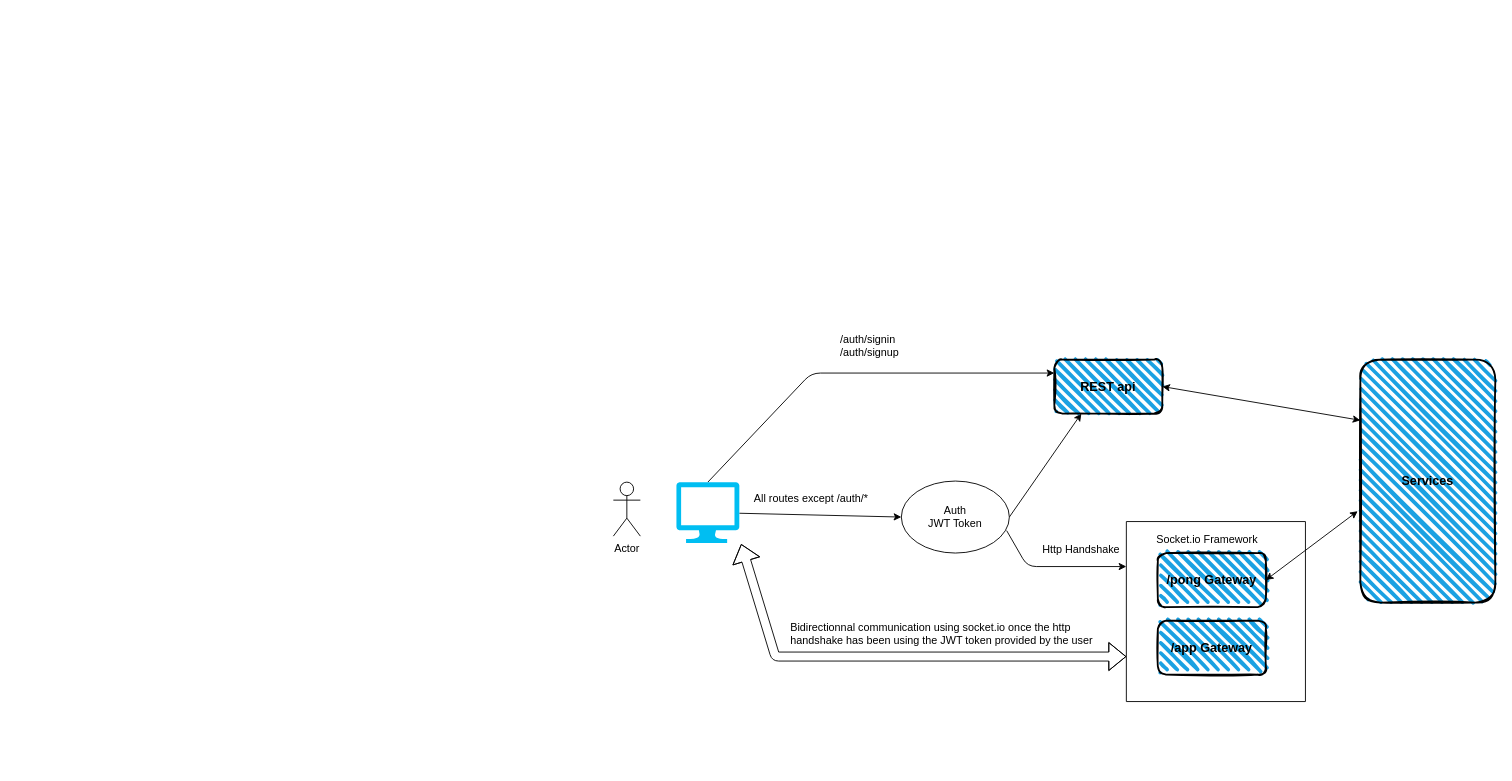
Earlier version of the draw.io diagram page "architecture" (2 of 3) of reference/db-schema-v2.drawio (Working-From-Home/ft_transcendence). Source tidied: cells renumbered, new cells numbered last; positions are measured from the earlier drawing's top-left corner, leaving out a move shared by most shapes. Both pictures are drawn from the tidied source at 90%, with x=0, y=0 at pixel (613, 323).
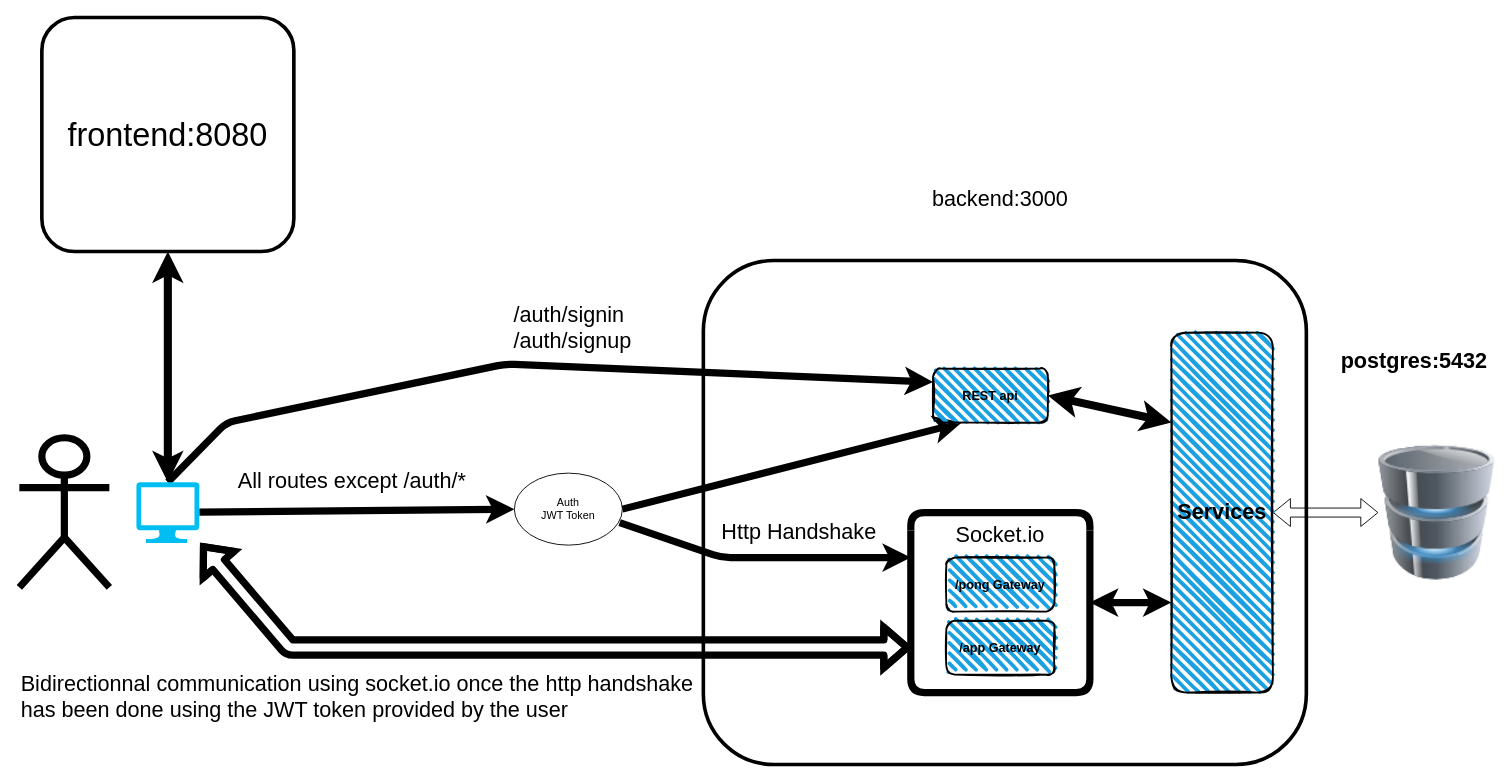
The same diagram, later.

Diff of the diagram source:
```diff
@@
-    <mxCell id="2" style="edgeStyle=none;html=1;exitX=1;exitY=0.5;exitDx=0;exitDy=0;entryX=0.25;entryY=1;entryDx=0;entryDy=0;" parent="1" edge="1" source="3" target="8">
+    <mxCell id="2" style="edgeStyle=none;html=1;exitX=1;exitY=0.5;exitDx=0;exitDy=0;entryX=0.25;entryY=1;entryDx=0;entryDy=0;strokeWidth=8;" parent="1" edge="1" source="3" target="8">
       <mxGeometry relative="1" as="geometry" />
     </mxCell>
     <mxCell id="3" value="Auth&lt;br&gt;JWT Token" style="ellipse;whiteSpace=wrap;html=1;" parent="1" vertex="1">
-      <mxGeometry x="320" y="175" width="120" height="80" as="geometry" />
+      <mxGeometry x="-110" y="166.2" width="120" height="80" as="geometry" />
     </mxCell>
-    <mxCell id="4" value="Actor" style="shape=umlActor;verticalLabelPosition=bottom;verticalAlign=top;html=1;" parent="1" vertex="1">
-      <mxGeometry y="176.2" width="30" height="60" as="geometry" />
+    <mxCell id="4" style="shape=umlActor;verticalLabelPosition=bottom;verticalAlign=top;html=1;strokeWidth=8;" parent="1" vertex="1">
+      <mxGeometry x="-660" y="126.9" width="100" height="166.2" as="geometry" />
     </mxCell>
-    <mxCell id="5" style="edgeStyle=none;html=1;entryX=0;entryY=0.5;entryDx=0;entryDy=0;" parent="1" edge="1" source="7" target="3">
+    <mxCell id="5" style="edgeStyle=none;html=1;entryX=0;entryY=0.5;entryDx=0;entryDy=0;strokeWidth=8;" parent="1" edge="1" source="7" target="3">
       <mxGeometry relative="1" as="geometry" />
     </mxCell>
-    <mxCell id="6" style="edgeStyle=none;html=1;exitX=0.5;exitY=0;exitDx=0;exitDy=0;exitPerimeter=0;entryX=0;entryY=0.25;entryDx=0;entryDy=0;" parent="1" edge="1" source="7" target="8">
+    <mxCell id="6" style="edgeStyle=none;html=1;exitX=0.5;exitY=0;exitDx=0;exitDy=0;exitPerimeter=0;entryX=0;entryY=0.25;entryDx=0;entryDy=0;strokeWidth=8;" parent="1" edge="1" source="7" target="8">
       <mxGeometry relative="1" as="geometry">
         <Array as="points">
-          <mxPoint x="220" y="55" />
+          <mxPoint x="-430" y="110" />
+          <mxPoint x="-120" y="45" />
         </Array>
       </mxGeometry>
     </mxCell>
     <mxCell id="7" style="verticalLabelPosition=bottom;html=1;verticalAlign=top;align=center;strokeColor=none;fillColor=#00BEF2;shape=mxgraph.azure.computer;" parent="1" vertex="1">
-      <mxGeometry x="70" y="176.2" width="70" height="67.5" as="geometry" />
+      <mxGeometry x="-530" y="176.2" width="70" height="67.5" as="geometry" />
     </mxCell>
+    <mxCell id="9" value="&lt;div style=&quot;text-align: left&quot;&gt;&lt;span&gt;&lt;font style=&quot;font-size: 24px&quot;&gt;/auth/signin&lt;/font&gt;&lt;/span&gt;&lt;/div&gt;&lt;div style=&quot;text-align: left&quot;&gt;&lt;span&gt;&lt;font style=&quot;font-size: 24px&quot;&gt;/auth/signup&lt;/font&gt;&lt;/span&gt;&lt;/div&gt;" style="text;html=1;strokeColor=none;fillColor=none;align=center;verticalAlign=middle;whiteSpace=wrap;rounded=0;" parent="1" vertex="1">
+      <mxGeometry x="-130" y="-30" width="170" height="70" as="geometry" />
+    </mxCell>
+    <mxCell id="16" value="&lt;div style=&quot;text-align: left&quot;&gt;&lt;font style=&quot;font-size: 24px&quot;&gt;All routes except /auth/*&lt;/font&gt;&lt;/div&gt;" style="text;html=1;strokeColor=none;fillColor=none;align=center;verticalAlign=middle;whiteSpace=wrap;rounded=0;" parent="1" vertex="1">
+      <mxGeometry x="-440" y="150" width="300" height="50" as="geometry" />
+    </mxCell>
+    <mxCell id="17" style="shape=flexArrow;endArrow=classic;startArrow=classic;html=1;exitX=1.029;exitY=1.019;exitDx=0;exitDy=0;exitPerimeter=0;entryX=0;entryY=0.75;entryDx=0;entryDy=0;strokeWidth=8;" parent="1" edge="1" source="7" target="11">
+      <mxGeometry relative="1" as="geometry">
+        <Array as="points">
+          <mxPoint x="-360" y="360" />
+        </Array>
+      </mxGeometry>
+    </mxCell>
+    <mxCell id="18" value="&lt;div&gt;&lt;font style=&quot;font-size: 24px&quot;&gt;Bidirectionnal communication using socket.io&amp;nbsp;once the http handshake has been done using the JWT token provided by the user&amp;nbsp;&lt;/font&gt;&lt;/div&gt;" style="text;html=1;strokeColor=none;fillColor=none;align=left;verticalAlign=middle;whiteSpace=wrap;rounded=0;" parent="1" vertex="1">
+      <mxGeometry x="-660" y="370" width="770" height="90" as="geometry" />
+    </mxCell>
+    <mxCell id="19" style="endArrow=classic;html=1;exitX=0.975;exitY=0.688;exitDx=0;exitDy=0;exitPerimeter=0;entryX=0;entryY=0.25;entryDx=0;entryDy=0;strokeWidth=8;" parent="1" edge="1" source="3" target="11">
+      <mxGeometry relative="1" as="geometry">
+        <Array as="points">
+          <mxPoint x="120" y="260" />
+        </Array>
+      </mxGeometry>
+    </mxCell>
+    <mxCell id="22" style="image;html=1;image=img/lib/clip_art/computers/Database_128x128.png;" parent="1" vertex="1">
+      <mxGeometry x="850" y="135" width="130" height="150" as="geometry" />
+    </mxCell>
+    <mxCell id="23" value="&lt;div style=&quot;text-align: left&quot;&gt;&lt;font style=&quot;font-size: 24px&quot;&gt;&lt;b&gt;postgres:5432&lt;/b&gt;&lt;/font&gt;&lt;/div&gt;" style="text;html=1;strokeColor=none;fillColor=none;align=center;verticalAlign=middle;whiteSpace=wrap;rounded=0;" parent="1" vertex="1">
+      <mxGeometry x="820" y="20" width="140" height="43.8" as="geometry" />
+    </mxCell>
+    <mxCell id="24" style="shape=flexArrow;endArrow=classic;startArrow=classic;html=1;exitX=1;exitY=0.5;exitDx=0;exitDy=0;entryX=0;entryY=0.5;entryDx=0;entryDy=0;" parent="1" edge="1" source="10" target="22">
+      <mxGeometry relative="1" as="geometry" />
+    </mxCell>
+    <mxCell id="25" value="&lt;div style=&quot;text-align: left&quot;&gt;&lt;font style=&quot;font-size: 24px&quot;&gt;backend:3000&lt;/font&gt;&lt;/div&gt;" style="text;html=1;strokeColor=none;fillColor=none;align=center;verticalAlign=middle;whiteSpace=wrap;rounded=0;" parent="1" vertex="1">
+      <mxGeometry x="360" y="-160" width="140" height="43.8" as="geometry" />
+    </mxCell>
+    <mxCell id="26" style="rounded=1;whiteSpace=wrap;html=1;arcSize=14;absoluteArcSize=0;strokeWidth=4;fillColor=none;" parent="1" vertex="1">
+      <mxGeometry x="100" y="-70" width="670" height="560" as="geometry" />
+    </mxCell>
+    <mxCell id="20" value="&lt;div style=&quot;text-align: left&quot;&gt;&lt;font style=&quot;font-size: 24px&quot;&gt;Http Handshake&lt;/font&gt;&lt;/div&gt;" style="text;html=1;strokeColor=none;fillColor=none;align=center;verticalAlign=middle;whiteSpace=wrap;rounded=0;" parent="26" vertex="1">
+      <mxGeometry x="10.6" y="280" width="191.4" height="43.8" as="geometry" />
+    </mxCell>
+    <mxCell id="10" value="&lt;font style=&quot;font-size: 24px&quot;&gt;&lt;b&gt;Services&lt;/b&gt;&lt;/font&gt;" style="rounded=1;whiteSpace=wrap;html=1;strokeWidth=2;fillWeight=4;hachureGap=8;hachureAngle=45;fillColor=#1ba1e2;sketch=1;" parent="26" vertex="1">
+      <mxGeometry x="520" y="80" width="112.8" height="400" as="geometry" />
+    </mxCell>
-    <mxCell id="8" value="&lt;font style=&quot;font-size: 14px&quot;&gt;&lt;b&gt;REST api&lt;/b&gt;&lt;/font&gt;" style="rounded=1;whiteSpace=wrap;html=1;strokeWidth=2;fillWeight=4;hachureGap=8;hachureAngle=45;fillColor=#1ba1e2;sketch=1;" parent="1" vertex="1">
-      <mxGeometry x="490" y="40" width="120" height="60" as="geometry" />
+    <mxCell id="8" value="&lt;font style=&quot;font-size: 14px&quot;&gt;&lt;b&gt;REST api&lt;/b&gt;&lt;/font&gt;" style="rounded=1;whiteSpace=wrap;html=1;strokeWidth=2;fillWeight=4;hachureGap=8;hachureAngle=45;fillColor=#1ba1e2;sketch=1;" parent="26" vertex="1">
+      <mxGeometry x="255.2" y="120" width="127.6" height="60" as="geometry" />
     </mxCell>
-    <mxCell id="9" value="&lt;div style=&quot;text-align: left&quot;&gt;&lt;span&gt;/auth/signin&lt;/span&gt;&lt;/div&gt;&lt;div style=&quot;text-align: left&quot;&gt;&lt;span&gt;/auth/signup&lt;/span&gt;&lt;/div&gt;" style="text;html=1;strokeColor=none;fillColor=none;align=center;verticalAlign=middle;whiteSpace=wrap;rounded=0;" parent="1" vertex="1">
-      <mxGeometry x="230" width="110" height="50" as="geometry" />
-    </mxCell>
-    <mxCell id="10" value="&lt;font style=&quot;font-size: 14px&quot;&gt;&lt;b&gt;Services&lt;/b&gt;&lt;/font&gt;" style="rounded=1;whiteSpace=wrap;html=1;strokeWidth=2;fillWeight=4;hachureGap=8;hachureAngle=45;fillColor=#1ba1e2;sketch=1;" parent="1" vertex="1">
-      <mxGeometry x="830" y="40" width="150" height="270" as="geometry" />
-    </mxCell>
+    <mxCell id="21" style="endArrow=classic;startArrow=classic;html=1;exitX=1;exitY=0.5;exitDx=0;exitDy=0;entryX=0;entryY=0.25;entryDx=0;entryDy=0;strokeWidth=9;" parent="26" edge="1" source="8" target="10">
+      <mxGeometry relative="1" as="geometry" />
+    </mxCell>
-    <mxCell id="11" style="swimlane;startSize=0;" parent="1" vertex="1">
-      <mxGeometry x="570" y="220" width="199" height="200" as="geometry" />
+    <mxCell id="11" style="swimlane;startSize=20;strokeWidth=8;rounded=1;arcSize=25;swimlaneLine=0;fillColor=none;" parent="1" vertex="1">
+      <mxGeometry x="330.5" y="210" width="199" height="200" as="geometry" />
     </mxCell>
     <mxCell id="12" value="&lt;font style=&quot;font-size: 14px&quot;&gt;&lt;b&gt;/app Gateway&lt;/b&gt;&lt;/font&gt;" style="rounded=1;whiteSpace=wrap;html=1;strokeWidth=2;fillWeight=4;hachureGap=8;hachureAngle=45;fillColor=#1ba1e2;sketch=1;" parent="11" vertex="1">
-      <mxGeometry x="35" y="110" width="120" height="60" as="geometry" />
+      <mxGeometry x="39.5" y="120" width="120" height="60" as="geometry" />
     </mxCell>
     <mxCell id="13" value="&lt;font style=&quot;font-size: 14px&quot;&gt;&lt;b&gt;/pong Gateway&lt;/b&gt;&lt;/font&gt;" style="rounded=1;whiteSpace=wrap;html=1;strokeWidth=2;fillWeight=4;hachureGap=8;hachureAngle=45;fillColor=#1ba1e2;sketch=1;" parent="11" vertex="1">
-      <mxGeometry x="35" y="35" width="120" height="60" as="geometry" />
+      <mxGeometry x="39.5" y="50" width="120" height="60" as="geometry" />
     </mxCell>
-    <mxCell id="14" value="Socket.io Framework" style="text;html=1;strokeColor=none;fillColor=none;align=center;verticalAlign=middle;whiteSpace=wrap;rounded=0;" parent="11" vertex="1">
-      <mxGeometry x="30" y="10" width="120" height="20" as="geometry" />
+    <mxCell id="14" value="&lt;font style=&quot;font-size: 24px&quot;&gt;Socket.io&lt;/font&gt;" style="text;html=1;strokeColor=none;fillColor=none;align=center;verticalAlign=middle;whiteSpace=wrap;rounded=0;" parent="11" vertex="1">
+      <mxGeometry x="39.5" y="10" width="120" height="30" as="geometry" />
     </mxCell>
-    <mxCell id="15" style="endArrow=classic;startArrow=classic;html=1;exitX=1;exitY=0.5;exitDx=0;exitDy=0;entryX=-0.02;entryY=0.624;entryDx=0;entryDy=0;entryPerimeter=0;" parent="1" edge="1" source="13" target="10">
+    <mxCell id="15" style="endArrow=classic;startArrow=classic;html=1;entryX=0;entryY=0.75;entryDx=0;entryDy=0;strokeWidth=8;" parent="1" edge="1" source="11" target="10">
       <mxGeometry relative="1" as="geometry" />
     </mxCell>
-    <mxCell id="16" value="&lt;div style=&quot;text-align: left&quot;&gt;All routes except /auth/*&lt;/div&gt;" style="text;html=1;strokeColor=none;fillColor=none;align=center;verticalAlign=middle;whiteSpace=wrap;rounded=0;" parent="1" vertex="1">
-      <mxGeometry x="150" y="170" width="140" height="50" as="geometry" />
-    </mxCell>
-    <mxCell id="17" style="shape=flexArrow;endArrow=classic;startArrow=classic;html=1;exitX=1.029;exitY=1.019;exitDx=0;exitDy=0;exitPerimeter=0;entryX=0;entryY=0.75;entryDx=0;entryDy=0;" parent="1" edge="1" source="7" target="11">
-      <mxGeometry relative="1" as="geometry">
-        <Array as="points">
-          <mxPoint x="180" y="370" />
-        </Array>
-      </mxGeometry>
-    </mxCell>
-    <mxCell id="18" value="&lt;div&gt;Bidirectionnal communication using socket.io&amp;nbsp;&lt;span&gt;once the http handshake has been using the JWT token provided by the user&amp;nbsp;&lt;/span&gt;&lt;/div&gt;" style="text;html=1;strokeColor=none;fillColor=none;align=left;verticalAlign=middle;whiteSpace=wrap;rounded=0;" parent="1" vertex="1">
-      <mxGeometry x="195" y="320" width="370" height="50" as="geometry" />
-    </mxCell>
-    <mxCell id="19" style="endArrow=classic;html=1;exitX=0.975;exitY=0.688;exitDx=0;exitDy=0;exitPerimeter=0;entryX=0;entryY=0.25;entryDx=0;entryDy=0;" parent="1" edge="1" source="3" target="11">
-      <mxGeometry relative="1" as="geometry">
-        <Array as="points">
-          <mxPoint x="460" y="270" />
-        </Array>
-      </mxGeometry>
-    </mxCell>
-    <mxCell id="20" value="&lt;div style=&quot;text-align: left&quot;&gt;Http Handshake&lt;/div&gt;" style="text;html=1;strokeColor=none;fillColor=none;align=center;verticalAlign=middle;whiteSpace=wrap;rounded=0;" parent="1" vertex="1">
-      <mxGeometry x="450" y="230" width="140" height="43.8" as="geometry" />
-    </mxCell>
-    <mxCell id="21" style="endArrow=classic;startArrow=classic;html=1;exitX=1;exitY=0.5;exitDx=0;exitDy=0;entryX=0;entryY=0.25;entryDx=0;entryDy=0;" parent="1" edge="1" source="8" target="10">
-      <mxGeometry relative="1" as="geometry" />
-    </mxCell>
+    <mxCell id="27" style="rounded=1;whiteSpace=wrap;html=1;arcSize=14;absoluteArcSize=0;strokeWidth=4;fillColor=none;" parent="1" vertex="1">
+      <mxGeometry x="-635" y="-340" width="280" height="260" as="geometry" />
+    </mxCell>
+    <mxCell id="28" value="&lt;div style=&quot;text-align: left&quot;&gt;&lt;font style=&quot;font-size: 36px&quot;&gt;frontend:8080&lt;/font&gt;&lt;/div&gt;" style="text;html=1;strokeColor=none;fillColor=none;align=center;verticalAlign=middle;whiteSpace=wrap;rounded=0;" parent="1" vertex="1">
+      <mxGeometry x="-565" y="-231.9" width="140" height="43.8" as="geometry" />
+    </mxCell>
+    <mxCell id="29" style="endArrow=classic;startArrow=classic;html=1;strokeWidth=9;entryX=0.5;entryY=1;entryDx=0;entryDy=0;exitX=0.5;exitY=0;exitDx=0;exitDy=0;exitPerimeter=0;" parent="1" edge="1" source="7" target="27">
+      <mxGeometry relative="1" as="geometry" />
+    </mxCell>
```
